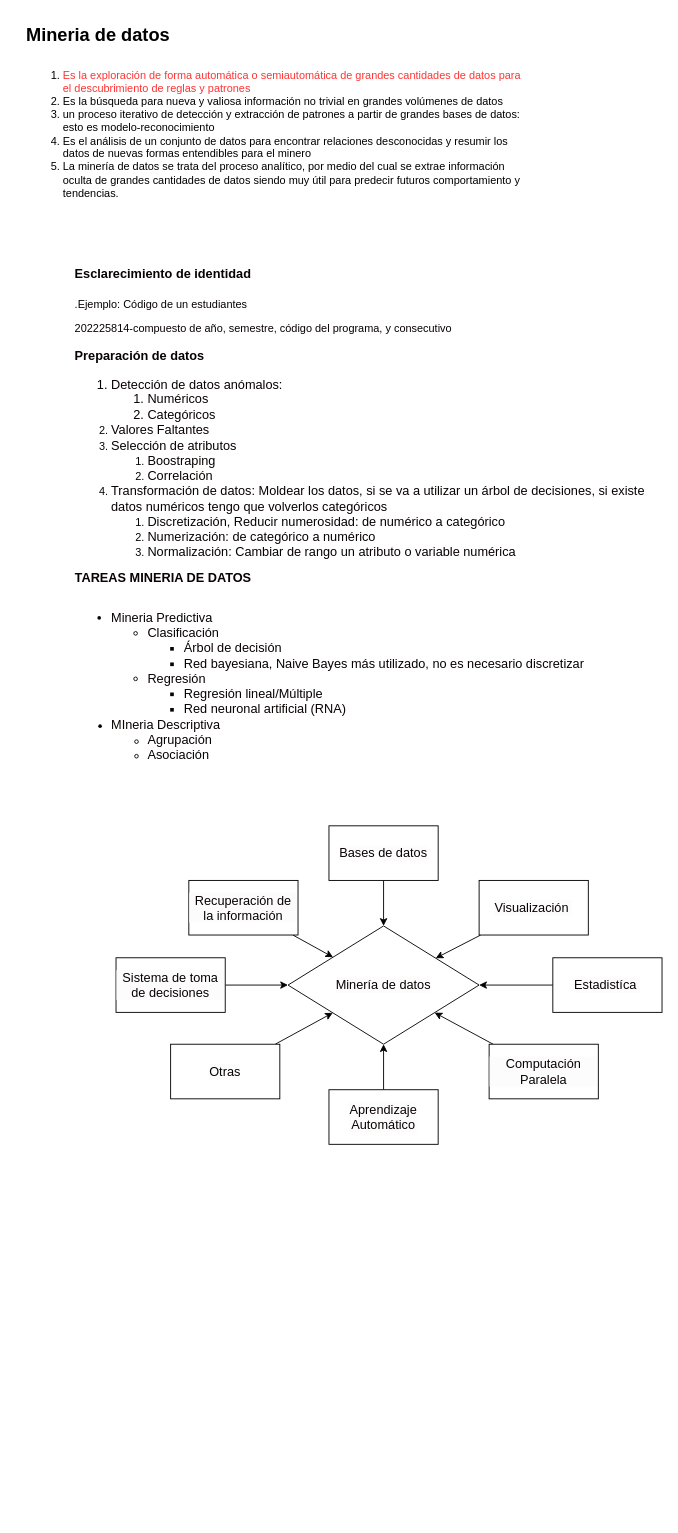
This is claseMineria.drawio from jesalazaro/ER-diagrams, a draw.io file, before an edit. Source tidied: cells renumbered, new cells numbered last; positions are measured from the earlier drawing's top-left corner, leaving out a move shared by most shapes. Both pictures are drawn from the tidied source at 91%, with x=0, y=0 at pixel (15, 15).
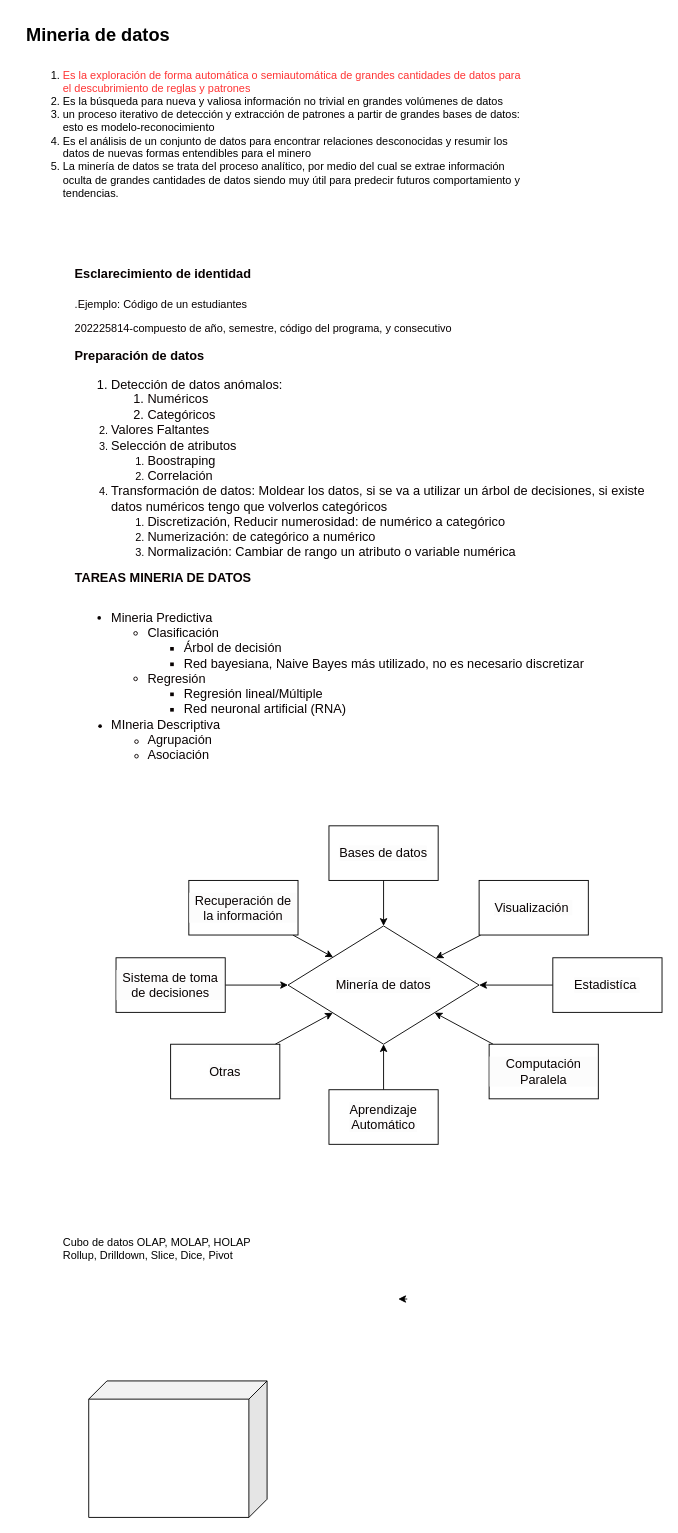
After the change.

What changed in the source:
```diff
@@
+    <mxCell id="22" value="Cubo de datos OLAP, MOLAP, HOLAP&lt;br&gt;Rollup, Drilldown, Slice, Dice, Pivot" style="text;html=1;strokeColor=none;fillColor=none;align=left;verticalAlign=middle;whiteSpace=wrap;rounded=0;" parent="1" vertex="1">
+      <mxGeometry x="50" y="1300" width="380" height="110" as="geometry" />
+    </mxCell>
+    <mxCell id="23" style="shape=cube;whiteSpace=wrap;html=1;boundedLbl=1;backgroundOutline=1;darkOpacity=0.05;darkOpacity2=0.1;gradientColor=none;direction=east;flipH=1;" parent="1" vertex="1">
+      <mxGeometry x="80" y="1500" width="196" height="150" as="geometry" />
+    </mxCell>
+    <mxCell id="24" style="edgeStyle=orthogonalEdgeStyle;rounded=0;orthogonalLoop=1;jettySize=auto;html=1;exitX=1;exitY=1;exitDx=0;exitDy=0;entryX=0.974;entryY=1;entryDx=0;entryDy=0;entryPerimeter=0;" parent="1" edge="1" source="22" target="22">
+      <mxGeometry relative="1" as="geometry" />
+    </mxCell>
```
